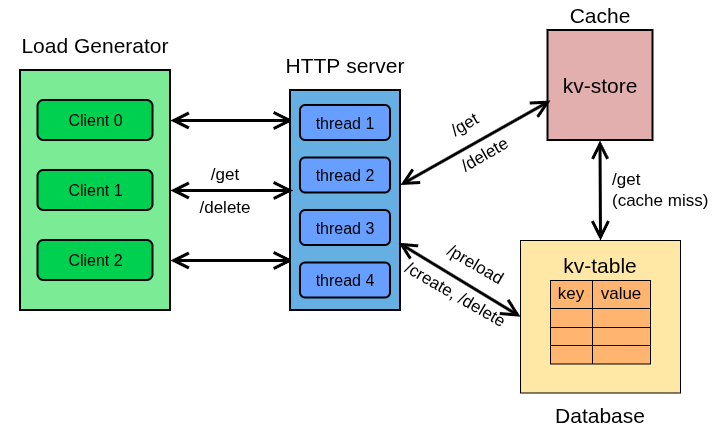
This is system_architecture.png from s1ddh3sh/CS744-project, a draw.io export, as it was before one commit. Source tidied: cells renumbered, new cells last; positions are measured from the earlier drawing's top-left corner, leaving out a move shared by most shapes.
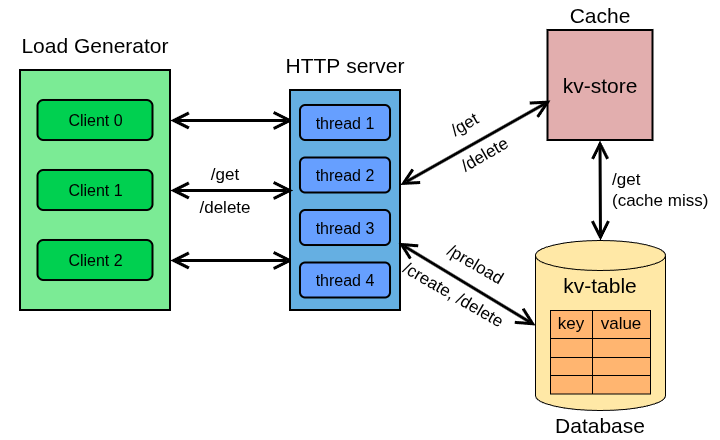
The same diagram one commit later.

The edit, as a diff of the source:
```diff
@@ -2,6 +2,9 @@
   <root>
     <mxCell id="0" />
     <mxCell id="1" parent="0" />
+    <mxCell id="45" style="shape=cylinder3;whiteSpace=wrap;html=1;boundedLbl=1;backgroundOutline=1;size=15;fillColor=#FFE8A6;" parent="1" vertex="1">
+      <mxGeometry x="535" y="240" width="130" height="170" as="geometry" />
+    </mxCell>
     <mxCell id="2" style="rounded=0;whiteSpace=wrap;html=1;fillColor=#7BEB95;strokeColor=#000000;strokeWidth=2;" parent="1" vertex="1">
       <mxGeometry x="20" y="70" width="150" height="240" as="geometry" />
     </mxCell>
@@ -74,68 +77,26 @@
     <mxCell id="21" value="&lt;font style=&quot;font-size: 16px; color: rgb(0, 0, 0);&quot;&gt;thread 3&lt;/font&gt;" style="rounded=1;whiteSpace=wrap;html=1;fillColor=#669FFF;strokeColor=light-dark(#000000,#0B0B0B);shadow=0;strokeWidth=2;fontColor=#ffffff;" parent="1" vertex="1">
       <mxGeometry x="300" y="210" width="90" height="35" as="geometry" />
     </mxCell>
-    <mxCell id="22" style="rounded=0;whiteSpace=wrap;html=1;fillColor=#FFE8A6;" parent="1" vertex="1">
-      <mxGeometry x="520" y="240" width="160" height="152.5" as="geometry" />
-    </mxCell>
     <mxCell id="23" value="&lt;span style=&quot;font-size: 21px;&quot;&gt;Database&lt;/span&gt;" style="text;html=1;whiteSpace=wrap;align=center;verticalAlign=middle;rounded=0;" parent="1" vertex="1">
-      <mxGeometry x="505" y="400" width="190" height="30" as="geometry" />
+      <mxGeometry x="505" y="410" width="190" height="30" as="geometry" />
     </mxCell>
     <mxCell id="24" value="&lt;span style=&quot;font-size: 21px;&quot;&gt;Cache&lt;/span&gt;" style="text;html=1;whiteSpace=wrap;align=center;verticalAlign=middle;rounded=0;" parent="1" vertex="1">
       <mxGeometry x="505" width="190" height="30" as="geometry" />
     </mxCell>
-    <mxCell id="25" style="shape=table;startSize=0;strokeColor=#000000;fillColor=#FFB570;" parent="1" vertex="1">
-      <mxGeometry x="550" y="280" width="100" height="83.5" as="geometry" />
-    </mxCell>
-    <mxCell id="26" style="shape=tableRow;horizontal=0;startSize=0;swimlaneHead=0;swimlaneBody=0;strokeColor=inherit;top=0;left=0;bottom=0;right=0;fillColor=none;" parent="25" vertex="1">
-      <mxGeometry width="100" height="28" as="geometry" />
-    </mxCell>
-    <mxCell id="27" value="&lt;font style=&quot;font-size: 17px;&quot;&gt;key&lt;/font&gt;" style="shape=partialRectangle;html=1;whiteSpace=wrap;strokeColor=inherit;overflow=hidden;fillColor=none;top=0;left=0;bottom=0;right=0;" parent="26" vertex="1">
-      <mxGeometry width="42" height="28" as="geometry" />
-    </mxCell>
-    <mxCell id="28" value="&lt;font style=&quot;font-size: 17px;&quot;&gt;value&lt;/font&gt;" style="shape=partialRectangle;html=1;whiteSpace=wrap;strokeColor=inherit;overflow=hidden;fillColor=none;top=0;left=0;bottom=0;right=0;" parent="26" vertex="1">
-      <mxGeometry x="42" width="58" height="28" as="geometry" />
-    </mxCell>
-    <mxCell id="29" style="shape=tableRow;horizontal=0;startSize=0;swimlaneHead=0;swimlaneBody=0;strokeColor=inherit;top=0;left=0;bottom=0;right=0;fillColor=none;" parent="25" vertex="1">
-      <mxGeometry y="28" width="100" height="19" as="geometry" />
-    </mxCell>
-    <mxCell id="30" style="shape=partialRectangle;html=1;whiteSpace=wrap;strokeColor=inherit;overflow=hidden;fillColor=none;top=0;left=0;bottom=0;right=0;" parent="29" vertex="1">
-      <mxGeometry width="42" height="19" as="geometry" />
-    </mxCell>
-    <mxCell id="31" style="shape=partialRectangle;html=1;whiteSpace=wrap;strokeColor=inherit;overflow=hidden;fillColor=none;top=0;left=0;bottom=0;right=0;" parent="29" vertex="1">
-      <mxGeometry x="42" width="58" height="19" as="geometry" />
-    </mxCell>
-    <mxCell id="32" style="shape=tableRow;horizontal=0;startSize=0;swimlaneHead=0;swimlaneBody=0;strokeColor=inherit;top=0;left=0;bottom=0;right=0;fillColor=none;" parent="25" vertex="1">
-      <mxGeometry y="47" width="100" height="18" as="geometry" />
-    </mxCell>
-    <mxCell id="33" style="shape=partialRectangle;html=1;whiteSpace=wrap;strokeColor=inherit;overflow=hidden;fillColor=none;top=0;left=0;bottom=0;right=0;" parent="32" vertex="1">
-      <mxGeometry width="42" height="18" as="geometry" />
-    </mxCell>
-    <mxCell id="34" style="shape=partialRectangle;html=1;whiteSpace=wrap;strokeColor=inherit;overflow=hidden;fillColor=none;top=0;left=0;bottom=0;right=0;" parent="32" vertex="1">
-      <mxGeometry x="42" width="58" height="18" as="geometry" />
-    </mxCell>
-    <mxCell id="35" style="shape=tableRow;horizontal=0;startSize=0;swimlaneHead=0;swimlaneBody=0;strokeColor=inherit;top=0;left=0;bottom=0;right=0;fillColor=none;" parent="25" vertex="1">
-      <mxGeometry y="65" width="100" height="19" as="geometry" />
-    </mxCell>
-    <mxCell id="36" style="shape=partialRectangle;html=1;whiteSpace=wrap;strokeColor=inherit;overflow=hidden;fillColor=none;top=0;left=0;bottom=0;right=0;" parent="35" vertex="1">
-      <mxGeometry width="42" height="19" as="geometry" />
-    </mxCell>
-    <mxCell id="37" style="shape=partialRectangle;html=1;whiteSpace=wrap;strokeColor=inherit;overflow=hidden;fillColor=none;top=0;left=0;bottom=0;right=0;" parent="35" vertex="1">
-      <mxGeometry x="42" width="58" height="19" as="geometry" />
-    </mxCell>
-    <mxCell id="38" style="endArrow=open;startArrow=open;html=1;rounded=0;startFill=0;endFill=0;startSize=12;endSize=13;strokeWidth=3;entryX=0;entryY=0.5;entryDx=0;entryDy=0;exitX=0.983;exitY=0.692;exitDx=0;exitDy=0;exitPerimeter=0;" parent="1" edge="1" source="9" target="22">
+    <mxCell id="38" style="endArrow=open;startArrow=open;html=1;rounded=0;startFill=0;endFill=0;startSize=12;endSize=13;strokeWidth=3;entryX=0;entryY=0.5;entryDx=0;entryDy=0;exitX=0.983;exitY=0.692;exitDx=0;exitDy=0;exitPerimeter=0;entryPerimeter=0;" parent="1" edge="1" source="9" target="45">
       <mxGeometry relative="1" as="geometry" />
     </mxCell>
     <mxCell id="39" value="&lt;font style=&quot;font-size: 16px; color: rgb(0, 0, 0);&quot;&gt;thread 4&lt;/font&gt;" style="rounded=1;whiteSpace=wrap;html=1;fillColor=#669FFF;strokeColor=light-dark(#000000,#0B0B0B);shadow=0;strokeWidth=2;fontColor=#ffffff;" parent="1" vertex="1">
       <mxGeometry x="300" y="262.5" width="90" height="35" as="geometry" />
     </mxCell>
     <mxCell id="40" value="&lt;span style=&quot;font-size: 17px;&quot;&gt;/create, /delete&lt;/span&gt;" style="text;html=1;whiteSpace=wrap;align=center;verticalAlign=middle;rounded=0;rotation=30;" parent="1" vertex="1">
-      <mxGeometry x="360" y="280" width="190" height="30" as="geometry" />
+      <mxGeometry x="357.5" y="280" width="190" height="30" as="geometry" />
     </mxCell>
     <mxCell id="41" value="&lt;span style=&quot;font-size: 17px;&quot;&gt;/preload&lt;/span&gt;" style="text;html=1;whiteSpace=wrap;align=center;verticalAlign=middle;rounded=0;rotation=30;" parent="1" vertex="1">
       <mxGeometry x="380" y="250" width="190" height="30" as="geometry" />
     </mxCell>
     <mxCell id="42" value="&lt;span style=&quot;font-size: 21px;&quot;&gt;kv-table&lt;/span&gt;" style="text;html=1;whiteSpace=wrap;align=center;verticalAlign=middle;rounded=0;" parent="1" vertex="1">
-      <mxGeometry x="505" y="250" width="190" height="30" as="geometry" />
+      <mxGeometry x="505" y="270" width="190" height="30" as="geometry" />
     </mxCell>
     <mxCell id="43" style="endArrow=open;startArrow=open;html=1;rounded=0;startFill=0;endFill=0;startSize=12;endSize=13;strokeWidth=3;" parent="1" edge="1">
       <mxGeometry relative="1" as="geometry">
@@ -146,5 +107,44 @@
     <mxCell id="44" value="&lt;span style=&quot;font-size: 17px;&quot;&gt;/get&lt;/span&gt;&lt;div&gt;&lt;span style=&quot;font-size: 17px;&quot;&gt;(cache miss)&lt;/span&gt;&lt;/div&gt;" style="text;html=1;whiteSpace=wrap;align=left;verticalAlign=middle;rounded=0;" parent="1" vertex="1">
       <mxGeometry x="610" y="175" width="110" height="30" as="geometry" />
     </mxCell>
+    <mxCell id="46" style="shape=table;startSize=0;strokeColor=#000000;fillColor=#FFB570;" parent="1" vertex="1">
+      <mxGeometry x="550" y="310" width="100" height="83.5" as="geometry" />
+    </mxCell>
+    <mxCell id="26" style="shape=tableRow;horizontal=0;startSize=0;swimlaneHead=0;swimlaneBody=0;strokeColor=inherit;top=0;left=0;bottom=0;right=0;fillColor=none;" parent="46" vertex="1">
+      <mxGeometry width="100" height="28" as="geometry" />
+    </mxCell>
+    <mxCell id="27" value="&lt;font style=&quot;font-size: 17px;&quot;&gt;key&lt;/font&gt;" style="shape=partialRectangle;html=1;whiteSpace=wrap;strokeColor=inherit;overflow=hidden;fillColor=none;top=0;left=0;bottom=0;right=0;" parent="26" vertex="1">
+      <mxGeometry width="42" height="28" as="geometry" />
+    </mxCell>
+    <mxCell id="28" value="&lt;font style=&quot;font-size: 17px;&quot;&gt;value&lt;/font&gt;" style="shape=partialRectangle;html=1;whiteSpace=wrap;strokeColor=inherit;overflow=hidden;fillColor=none;top=0;left=0;bottom=0;right=0;" parent="26" vertex="1">
+      <mxGeometry x="42" width="58" height="28" as="geometry" />
+    </mxCell>
+    <mxCell id="29" style="shape=tableRow;horizontal=0;startSize=0;swimlaneHead=0;swimlaneBody=0;strokeColor=inherit;top=0;left=0;bottom=0;right=0;fillColor=none;" parent="46" vertex="1">
+      <mxGeometry y="28" width="100" height="19" as="geometry" />
+    </mxCell>
+    <mxCell id="47" style="shape=partialRectangle;html=1;whiteSpace=wrap;strokeColor=inherit;overflow=hidden;fillColor=none;top=0;left=0;bottom=0;right=0;" parent="29" vertex="1">
+      <mxGeometry width="42" height="19" as="geometry" />
+    </mxCell>
+    <mxCell id="48" style="shape=partialRectangle;html=1;whiteSpace=wrap;strokeColor=inherit;overflow=hidden;fillColor=none;top=0;left=0;bottom=0;right=0;" parent="29" vertex="1">
+      <mxGeometry x="42" width="58" height="19" as="geometry" />
+    </mxCell>
+    <mxCell id="32" style="shape=tableRow;horizontal=0;startSize=0;swimlaneHead=0;swimlaneBody=0;strokeColor=inherit;top=0;left=0;bottom=0;right=0;fillColor=none;" parent="46" vertex="1">
+      <mxGeometry y="47" width="100" height="18" as="geometry" />
+    </mxCell>
+    <mxCell id="33" style="shape=partialRectangle;html=1;whiteSpace=wrap;strokeColor=inherit;overflow=hidden;fillColor=none;top=0;left=0;bottom=0;right=0;" parent="32" vertex="1">
+      <mxGeometry width="42" height="18" as="geometry" />
+    </mxCell>
+    <mxCell id="34" style="shape=partialRectangle;html=1;whiteSpace=wrap;strokeColor=inherit;overflow=hidden;fillColor=none;top=0;left=0;bottom=0;right=0;" parent="32" vertex="1">
+      <mxGeometry x="42" width="58" height="18" as="geometry" />
+    </mxCell>
+    <mxCell id="35" style="shape=tableRow;horizontal=0;startSize=0;swimlaneHead=0;swimlaneBody=0;strokeColor=inherit;top=0;left=0;bottom=0;right=0;fillColor=none;" parent="46" vertex="1">
+      <mxGeometry y="65" width="100" height="19" as="geometry" />
+    </mxCell>
+    <mxCell id="49" style="shape=partialRectangle;html=1;whiteSpace=wrap;strokeColor=inherit;overflow=hidden;fillColor=none;top=0;left=0;bottom=0;right=0;" parent="35" vertex="1">
+      <mxGeometry width="42" height="19" as="geometry" />
+    </mxCell>
+    <mxCell id="50" style="shape=partialRectangle;html=1;whiteSpace=wrap;strokeColor=inherit;overflow=hidden;fillColor=none;top=0;left=0;bottom=0;right=0;" parent="35" vertex="1">
+      <mxGeometry x="42" width="58" height="19" as="geometry" />
+    </mxCell>
   </root>
 </mxGraphModel>
```
